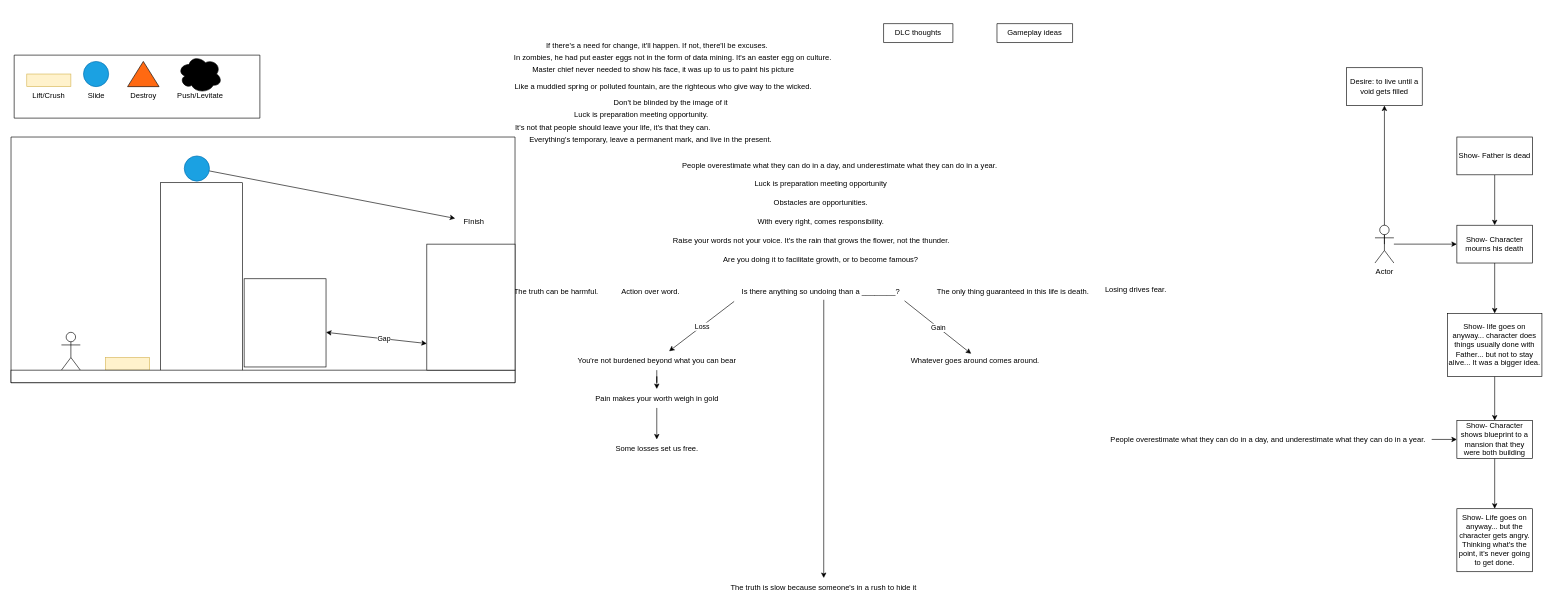
Before: Plans.drawio in HasinJ/Elements-Platformer, a draw.io diagram. Source tidied: cells renumbered, new cells numbered last; positions are measured from the earlier drawing's top-left corner, leaving out a move shared by most shapes. Both pictures are drawn from the tidied source at 63%, with x=0, y=0 at pixel (11, 23).
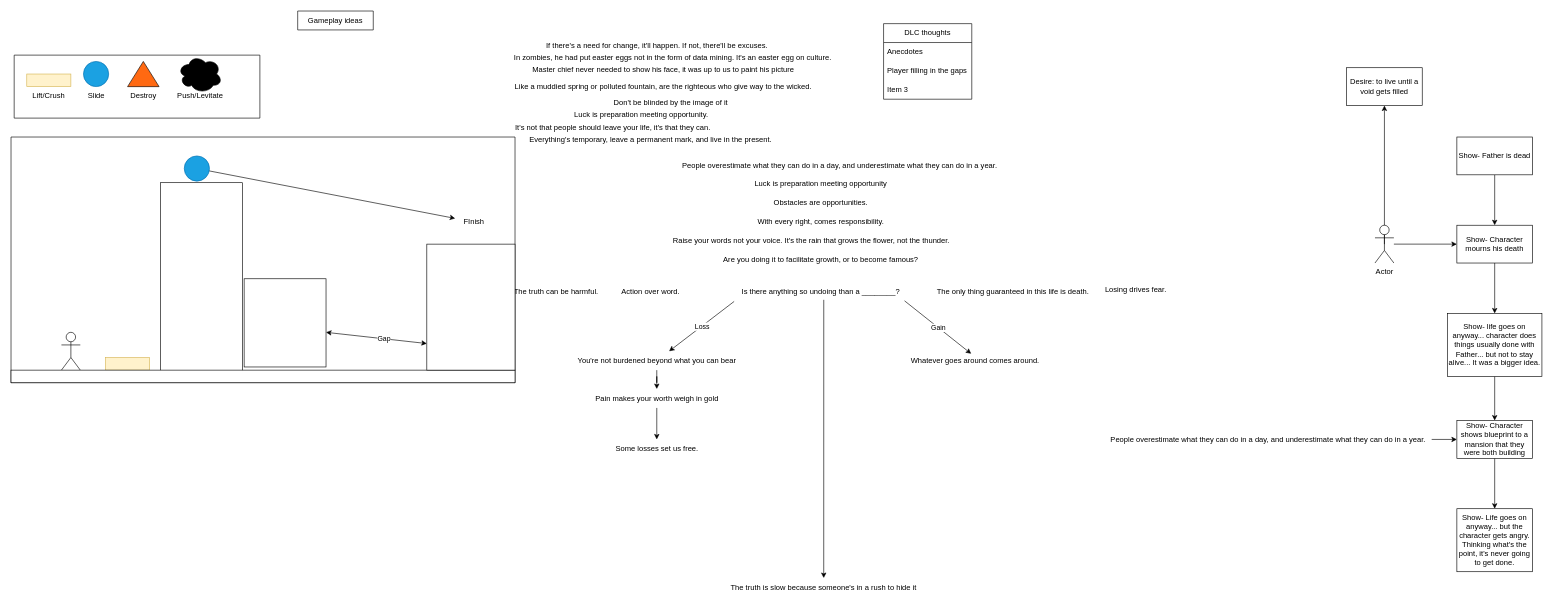
After the change.

What changed in the source:
```diff
@@
-    <mxCell id="42" value="&lt;div&gt;DLC thoughts&lt;/div&gt;" style="swimlane;fontStyle=0;horizontal=1;startSize=30;whiteSpace=wrap;html=1;" parent="1" vertex="1" collapsed="1">
-      <mxGeometry x="1385" width="110" height="30" as="geometry" />
+    <mxCell id="42" value="&lt;div&gt;DLC thoughts&lt;/div&gt;" style="swimlane;fontStyle=0;horizontal=1;startSize=30;whiteSpace=wrap;html=1;" parent="1" vertex="1">
+      <mxGeometry x="1385" width="140" height="120" as="geometry" />
     </mxCell>
+    <mxCell id="71" value="&lt;div&gt;Anecdotes&lt;/div&gt;" style="text;strokeColor=none;fillColor=none;align=left;verticalAlign=middle;spacingLeft=4;spacingRight=4;overflow=hidden;whiteSpace=wrap;html=1;" parent="42" vertex="1">
+      <mxGeometry y="30" width="140" height="30" as="geometry" />
+    </mxCell>
+    <mxCell id="72" value="Player filling in the gaps" style="text;strokeColor=none;fillColor=none;align=left;verticalAlign=middle;spacingLeft=4;spacingRight=4;overflow=hidden;whiteSpace=wrap;html=1;" parent="42" vertex="1">
+      <mxGeometry y="60" width="140" height="30" as="geometry" />
+    </mxCell>
+    <mxCell id="73" value="Item 3" style="text;strokeColor=none;fillColor=none;align=left;verticalAlign=middle;spacingLeft=4;spacingRight=4;overflow=hidden;whiteSpace=wrap;html=1;" parent="42" vertex="1">
+      <mxGeometry y="90" width="140" height="30" as="geometry" />
+    </mxCell>
     <mxCell id="43" value="Gameplay ideas" style="swimlane;fontStyle=0;horizontal=1;startSize=30;whiteSpace=wrap;html=1;" parent="1" vertex="1" collapsed="1">
-      <mxGeometry x="1565" width="120" height="30" as="geometry" />
+      <mxGeometry x="455" y="-20" width="120" height="30" as="geometry" />
     </mxCell>
```
